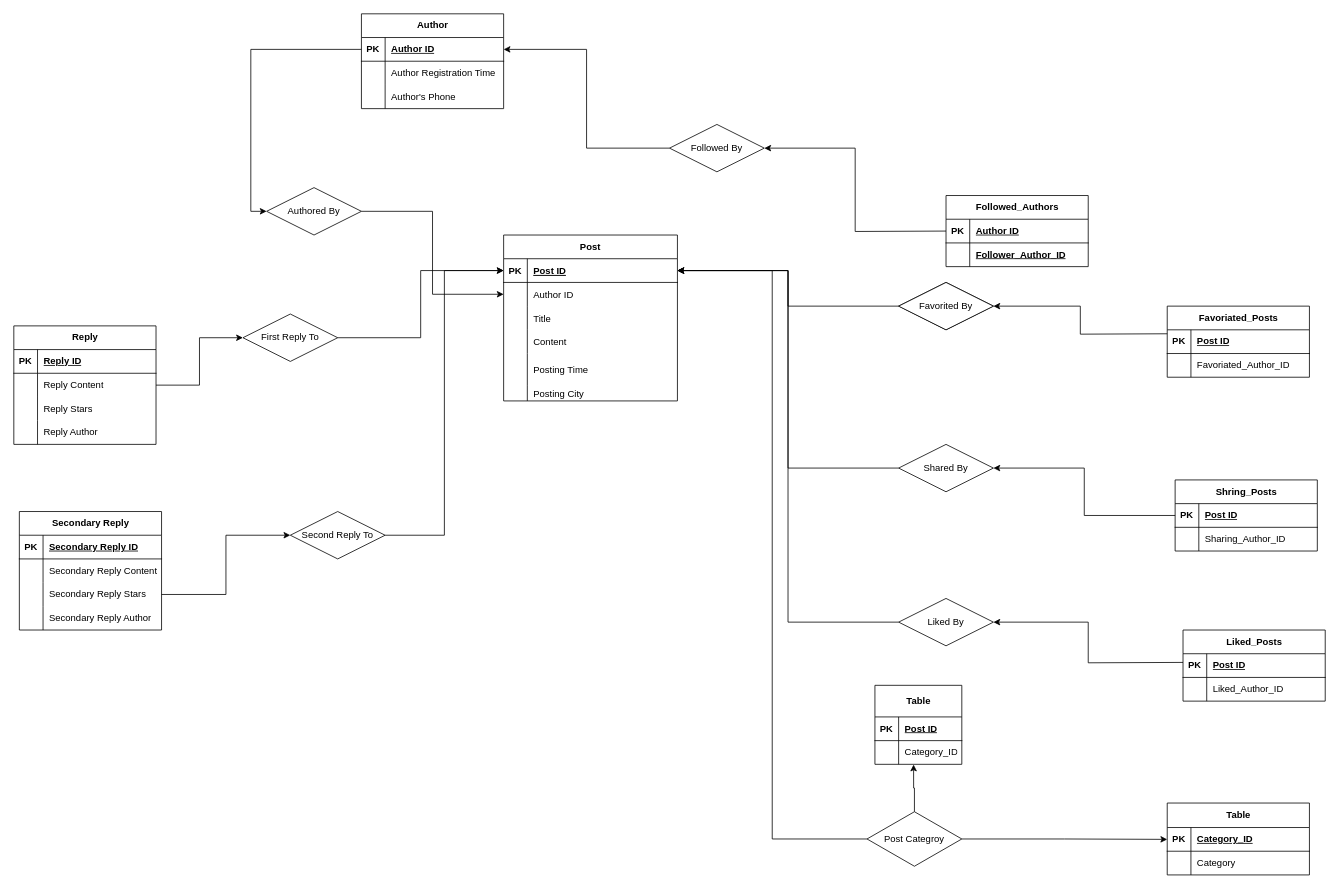
Above: page "第 2 页" (1 of 2) of ER图.drawio in LN57421/CS307-DataBase (draw.io), before the change. Source tidied: cells renumbered, new cells numbered last; positions are measured from the earlier drawing's top-left corner, leaving out a move shared by most shapes. Both pictures are drawn from the tidied source at 79%, with x=0, y=0 at pixel (13, 13).
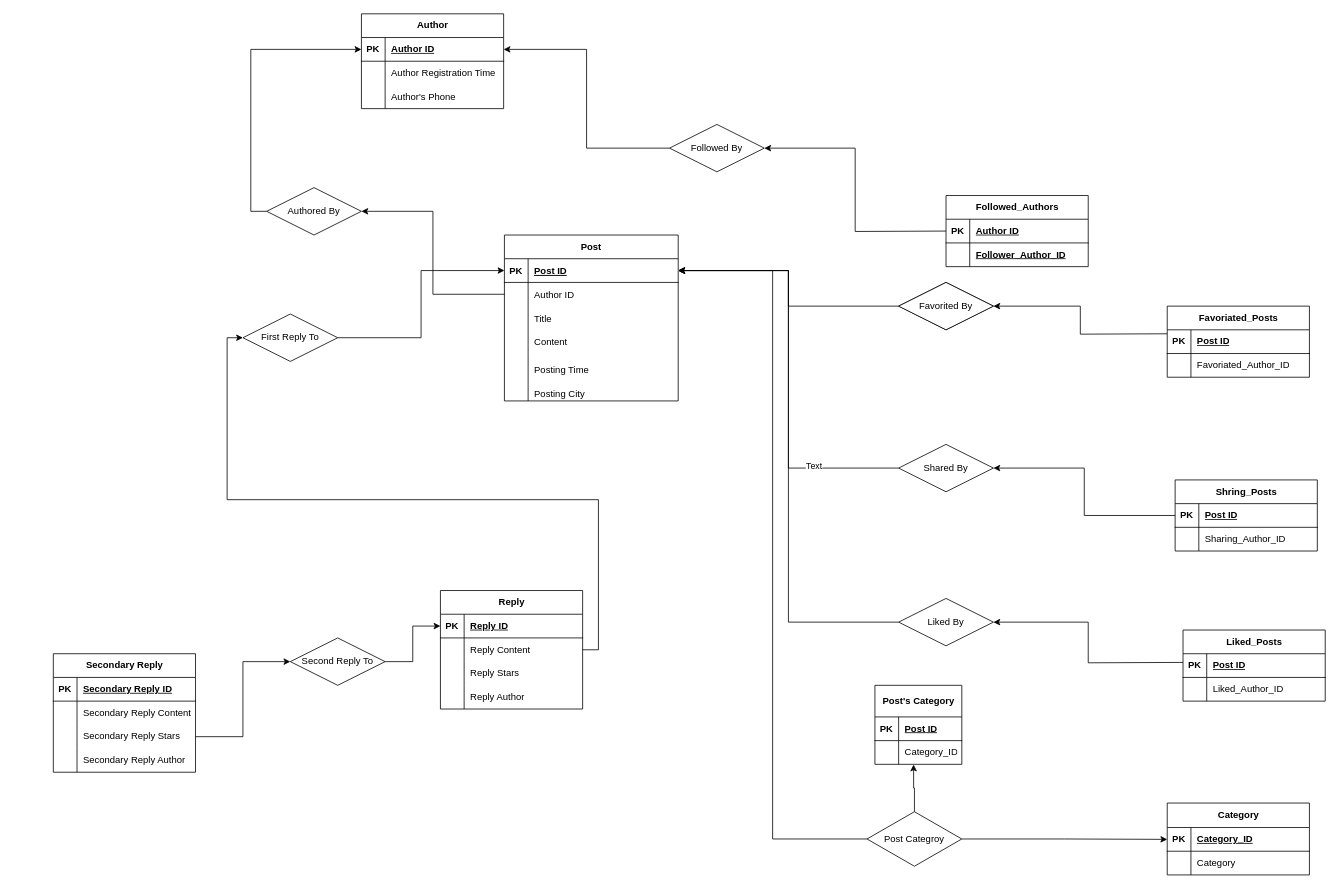
After the change.

Unchanged cells that the change refers to:
```xml
<mxCell id="3" style="shape=partialRectangle;fillColor=none;points=[[0,0.5],[1,0.5]];portConstraint=eastwest;top=0;left=0;right=0;bottom=1;" parent="2" vertex="1">
  <mxGeometry y="30" width="220" height="30" as="geometry" />
</mxCell>
<mxCell id="6" style="shape=partialRectangle;fillColor=none;points=[[0,0.5],[1,0.5]];portConstraint=eastwest;top=0;left=0;right=0;bottom=0;" parent="2" vertex="1">
  <mxGeometry y="60" width="220" height="30" as="geometry" />
</mxCell>
<mxCell id="22" style="shape=tableRow;horizontal=0;startSize=0;swimlaneHead=0;swimlaneBody=0;fillColor=none;points=[[0,0.5],[1,0.5]];portConstraint=eastwest;top=0;left=0;right=0;bottom=1;" parent="21" vertex="1">
  <mxGeometry y="30" width="180" height="30" as="geometry" />
</mxCell>
<mxCell id="70" style="edgeStyle=orthogonalEdgeStyle;rounded=0;jettySize=auto;html=1;exitX=0;exitY=0.5;exitDx=0;exitDy=0;entryX=1;entryY=0.5;entryDx=0;entryDy=0;" parent="1" edge="1" source="71" target="3">
  <mxGeometry relative="1" as="geometry" />
</mxCell>
<mxCell id="106" style="shape=tableRow;horizontal=0;startSize=0;swimlaneHead=0;swimlaneBody=0;fillColor=none;points=[[0,0.5],[1,0.5]];portConstraint=eastwest;top=0;left=0;right=0;bottom=1;" parent="105" vertex="1">
  <mxGeometry y="30" width="180" height="30" as="geometry" />
</mxCell>
<mxCell id="123" value="Authored By" style="shape=rhombus;perimeter=rhombusPerimeter;whiteSpace=wrap;html=1;align=center;" parent="1" vertex="1">
  <mxGeometry x="320" y="220" width="120" height="60" as="geometry" />
</mxCell>
```

Change to the diagram source:
```diff
@@
     <mxCell id="2" value="Post" style="shape=table;startSize=30;childLayout=tableLayout;rowLines=0;fontStyle=1;align=center;" parent="1" vertex="1">
-      <mxGeometry x="620" y="280" width="220" height="210" as="geometry" />
+      <mxGeometry x="621" y="280" width="220" height="210" as="geometry" />
     </mxCell>
@@
     <mxCell id="21" value="Reply" style="shape=table;startSize=30;childLayout=tableLayout;rowLines=0;fontStyle=1;align=center;html=1;" parent="1" vertex="1">
-      <mxGeometry y="395" width="180" height="150" as="geometry" />
+      <mxGeometry x="540" y="730" width="180" height="150" as="geometry" />
     </mxCell>
@@
     <mxCell id="34" value="Secondary Reply" style="shape=table;startSize=30;childLayout=tableLayout;rowLines=0;fontStyle=1;align=center;html=1;" parent="1" vertex="1">
-      <mxGeometry x="7" y="630" width="180" height="150" as="geometry" />
+      <mxGeometry x="50" y="810" width="180" height="150" as="geometry" />
     </mxCell>
@@
-    <mxCell id="47" value="Table" style="shape=table;startSize=31;childLayout=tableLayout;rowLines=0;fontStyle=1;align=center;html=1;" parent="1" vertex="1">
+    <mxCell id="47" value="Category" style="shape=table;startSize=31;childLayout=tableLayout;rowLines=0;fontStyle=1;align=center;html=1;" parent="1" vertex="1">
       <mxGeometry x="1460" y="999" width="180" height="91" as="geometry" />
     </mxCell>
@@
-    <mxCell id="58" value="Table" style="shape=table;startSize=40;childLayout=tableLayout;rowLines=0;fontStyle=1;align=center;html=1;" parent="1" vertex="1">
+    <mxCell id="58" value="Post's Category" style="shape=table;startSize=40;childLayout=tableLayout;rowLines=0;fontStyle=1;align=center;html=1;" parent="1" vertex="1">
       <mxGeometry x="1090" y="850" width="110" height="100" as="geometry" />
     </mxCell>
@@
+    <mxCell id="125" value="Text" style="edgeLabel;html=1;align=center;verticalAlign=middle;" parent="70" vertex="1">
+      <mxGeometry x="-0.59" y="-3" relative="1" as="geometry" />
+    </mxCell>
@@
-    <mxCell id="78" style="edgeStyle=orthogonalEdgeStyle;rounded=0;jettySize=auto;html=1;exitX=1;exitY=0.5;exitDx=0;exitDy=0;entryX=0;entryY=0.5;entryDx=0;entryDy=0;" parent="1" edge="1" source="79" target="3">
-      <mxGeometry relative="1" as="geometry" />
-    </mxCell>
+    <mxCell id="126" style="edgeStyle=orthogonalEdgeStyle;rounded=0;jettySize=auto;html=1;exitX=1;exitY=0.5;exitDx=0;exitDy=0;entryX=0;entryY=0.5;entryDx=0;entryDy=0;" parent="1" edge="1" source="79" target="22">
+      <mxGeometry relative="1" as="geometry" />
+    </mxCell>
     <mxCell id="79" value="Second Reply To" style="shape=rhombus;perimeter=rhombusPerimeter;whiteSpace=wrap;html=1;align=center;" parent="1" vertex="1">
-      <mxGeometry x="350" y="630" width="120" height="60" as="geometry" />
+      <mxGeometry x="350" y="790" width="120" height="60" as="geometry" />
     </mxCell>
@@
-    <mxCell id="122" style="edgeStyle=orthogonalEdgeStyle;rounded=0;jettySize=auto;html=1;exitX=1;exitY=0.5;exitDx=0;exitDy=0;entryX=0;entryY=0.5;entryDx=0;entryDy=0;" parent="1" edge="1" source="123" target="6">
-      <mxGeometry relative="1" as="geometry" />
-    </mxCell>
+    <mxCell id="127" style="edgeStyle=orthogonalEdgeStyle;rounded=0;jettySize=auto;html=1;exitX=0;exitY=0.5;exitDx=0;exitDy=0;" parent="1" edge="1" source="123" target="106">
+      <mxGeometry relative="1" as="geometry" />
+    </mxCell>
@@
-    <mxCell id="124" style="edgeStyle=orthogonalEdgeStyle;rounded=0;jettySize=auto;html=1;exitX=0;exitY=0.5;exitDx=0;exitDy=0;entryX=0;entryY=0.5;entryDx=0;entryDy=0;" parent="1" edge="1" source="106" target="123">
-      <mxGeometry relative="1" as="geometry" />
-    </mxCell>
+    <mxCell id="128" style="edgeStyle=orthogonalEdgeStyle;rounded=0;jettySize=auto;html=1;exitX=0;exitY=0.5;exitDx=0;exitDy=0;entryX=1;entryY=0.5;entryDx=0;entryDy=0;" parent="1" edge="1" source="6" target="123">
+      <mxGeometry relative="1" as="geometry" />
+    </mxCell>
```
